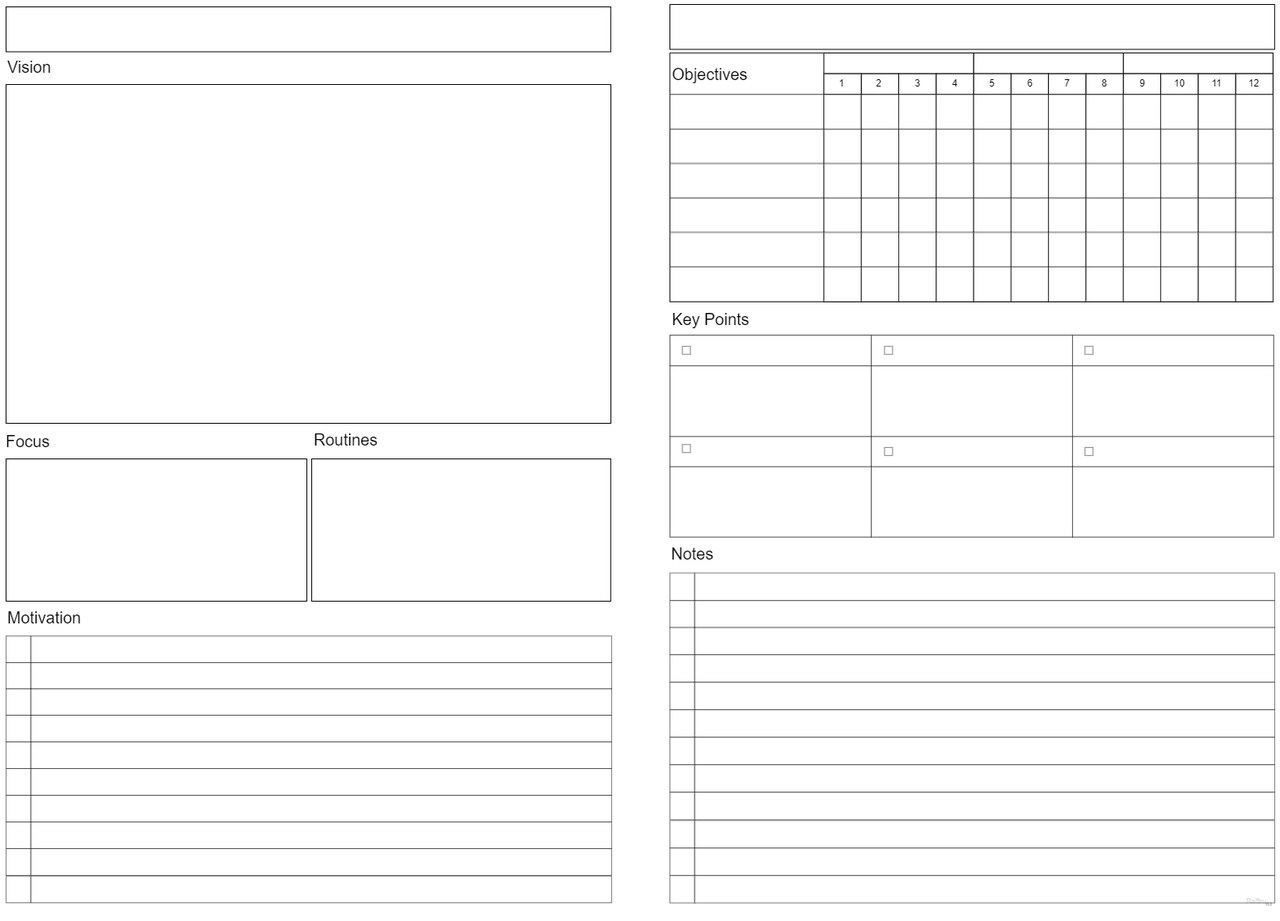
This is src/res/Planner-Quartarly-Onenote.png from raibru/note-planner, a draw.io export, as it was before one commit. Source tidied: cells renumbered, new cells last; positions are measured from the earlier drawing's top-left corner, leaving out a move shared by most shapes.
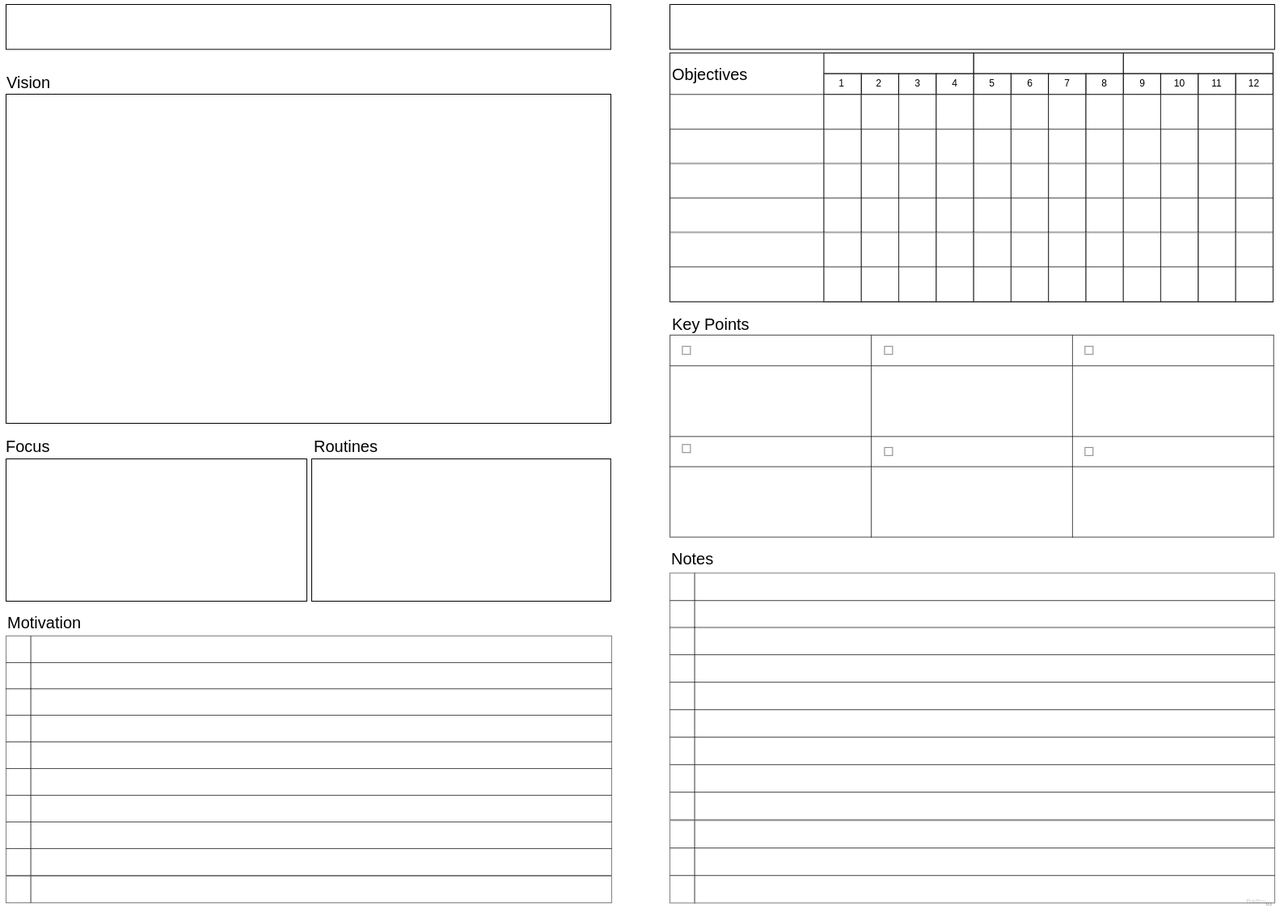
After the change.

Commit message:
FEAT(plan): overwork Onenote page templates

What changed in the source:
```diff
@@ -6,19 +6,19 @@
       <mxGeometry x="823" width="747.8" height="55.5" as="geometry" />
     </mxCell>
     <mxCell id="3" style="rounded=0;whiteSpace=wrap;html=1;" parent="1" vertex="1">
-      <mxGeometry x="2" y="3" width="747.8" height="55.5" as="geometry" />
+      <mxGeometry x="2" width="747.8" height="55.5" as="geometry" />
     </mxCell>
-    <mxCell id="4" value="&lt;span style=&quot;font-size: 20px;&quot;&gt;Vision&lt;/span&gt;" style="text;html=1;strokeColor=none;fillColor=none;align=left;verticalAlign=middle;whiteSpace=wrap;rounded=0;fontSize=13;" parent="1" vertex="1">
-      <mxGeometry x="2" y="56" width="748" height="41.6" as="geometry" />
+    <mxCell id="4" value="&lt;span style=&quot;font-size: 20px;&quot;&gt;Vision&lt;/span&gt;" style="text;html=1;strokeColor=none;fillColor=none;align=left;verticalAlign=bottom;whiteSpace=wrap;rounded=0;fontSize=13;" parent="1" vertex="1">
+      <mxGeometry x="1" y="69.4" width="748" height="41.6" as="geometry" />
     </mxCell>
     <mxCell id="5" style="rounded=0;whiteSpace=wrap;html=1;" parent="1" vertex="1">
-      <mxGeometry x="2" y="99" width="748" height="419" as="geometry" />
+      <mxGeometry x="2" y="111" width="748" height="407" as="geometry" />
     </mxCell>
-    <mxCell id="6" value="&lt;span style=&quot;font-size: 20px;&quot;&gt;Focus&lt;/span&gt;" style="text;html=1;strokeColor=none;fillColor=none;align=left;verticalAlign=middle;whiteSpace=wrap;rounded=0;fontSize=13;" parent="1" vertex="1">
+    <mxCell id="6" value="&lt;span style=&quot;font-size: 20px;&quot;&gt;Focus&lt;/span&gt;" style="text;html=1;strokeColor=none;fillColor=none;align=left;verticalAlign=bottom;whiteSpace=wrap;rounded=0;fontSize=13;" parent="1" vertex="1">
       <mxGeometry y="519" width="377" height="41.6" as="geometry" />
     </mxCell>
-    <mxCell id="7" value="&lt;span style=&quot;font-size: 20px;&quot;&gt;Routines&lt;/span&gt;" style="text;html=1;strokeColor=none;fillColor=none;align=left;verticalAlign=middle;whiteSpace=wrap;rounded=0;fontSize=13;" parent="1" vertex="1">
-      <mxGeometry x="381" y="517" width="368" height="41.6" as="geometry" />
+    <mxCell id="7" value="&lt;span style=&quot;font-size: 20px;&quot;&gt;Routines&lt;/span&gt;" style="text;html=1;strokeColor=none;fillColor=none;align=left;verticalAlign=bottom;whiteSpace=wrap;rounded=0;fontSize=13;" parent="1" vertex="1">
+      <mxGeometry x="381" y="519" width="368" height="41.6" as="geometry" />
     </mxCell>
     <mxCell id="8" style="rounded=0;whiteSpace=wrap;html=1;" parent="1" vertex="1">
       <mxGeometry x="2" y="562" width="372" height="176" as="geometry" />
@@ -26,7 +26,7 @@
     <mxCell id="9" style="rounded=0;whiteSpace=wrap;html=1;" parent="1" vertex="1">
       <mxGeometry x="380" y="562" width="369.8" height="176" as="geometry" />
     </mxCell>
-    <mxCell id="10" value="&lt;span style=&quot;font-size: 20px;&quot;&gt;Motivation&lt;/span&gt;" style="text;html=1;strokeColor=none;fillColor=none;align=left;verticalAlign=middle;whiteSpace=wrap;rounded=0;fontSize=13;" parent="1" vertex="1">
+    <mxCell id="10" value="&lt;span style=&quot;font-size: 20px;&quot;&gt;Motivation&lt;/span&gt;" style="text;html=1;strokeColor=none;fillColor=none;align=left;verticalAlign=bottom;whiteSpace=wrap;rounded=0;fontSize=13;" parent="1" vertex="1">
       <mxGeometry x="2" y="737.4" width="748" height="41.6" as="geometry" />
     </mxCell>
     <mxCell id="11" style="group;" parent="1" vertex="1">
@@ -614,7 +614,7 @@
     <mxCell id="205" style="rounded=0;whiteSpace=wrap;html=1;fontSize=12;opacity=50;" parent="203" vertex="1">
       <mxGeometry width="30.5" height="34" as="geometry" />
     </mxCell>
-    <mxCell id="206" value="&lt;span style=&quot;font-size: 20px;&quot;&gt;Key Points&lt;/span&gt;" style="text;html=1;strokeColor=none;fillColor=none;align=left;verticalAlign=middle;whiteSpace=wrap;rounded=0;fontSize=13;" parent="41" vertex="1">
+    <mxCell id="206" value="&lt;span style=&quot;font-size: 20px;&quot;&gt;Key Points&lt;/span&gt;" style="text;html=1;strokeColor=none;fillColor=none;align=left;verticalAlign=bottom;whiteSpace=wrap;rounded=0;fontSize=13;" parent="41" vertex="1">
       <mxGeometry x="0.5" y="307.7" width="748" height="42.1" as="geometry" />
     </mxCell>
     <mxCell id="207" style="group;" parent="41" vertex="1">
@@ -686,7 +686,7 @@
     <mxCell id="229" style="whiteSpace=wrap;html=1;fontSize=16;opacity=50;" parent="223" vertex="1">
       <mxGeometry x="15.4" y="13.8" width="9.9" height="9.9" as="geometry" />
     </mxCell>
-    <mxCell id="230" value="&lt;span style=&quot;font-size: 20px;&quot;&gt;Notes&lt;/span&gt;" style="text;html=1;strokeColor=none;fillColor=none;align=left;verticalAlign=middle;whiteSpace=wrap;rounded=0;fontSize=13;" parent="41" vertex="1">
+    <mxCell id="230" value="&lt;span style=&quot;font-size: 20px;&quot;&gt;Notes&lt;/span&gt;" style="text;html=1;strokeColor=none;fillColor=none;align=left;verticalAlign=bottom;whiteSpace=wrap;rounded=0;fontSize=13;" parent="41" vertex="1">
       <mxGeometry x="0.1" y="597.7" width="748" height="42.1" as="geometry" />
     </mxCell>
   </root>
```
